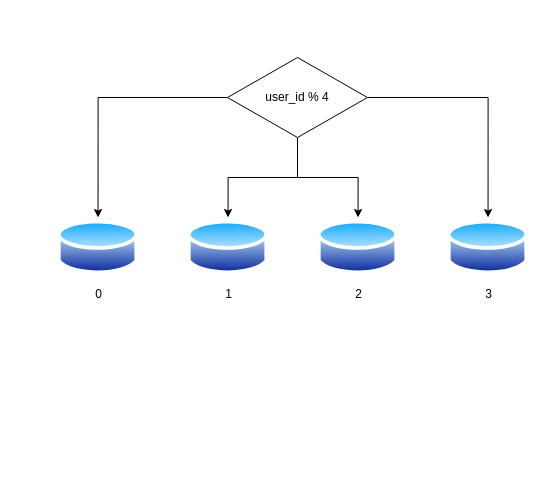
Earlier version of the draw.io diagram 샤드.drawio (aquaheyday/Drawio). Source tidied: cells renumbered, new cells numbered last; positions are measured from the earlier drawing's top-left corner, leaving out a move shared by most shapes. Both pictures are drawn from the tidied source at 100%, with x=0, y=0 at pixel (57, 57).
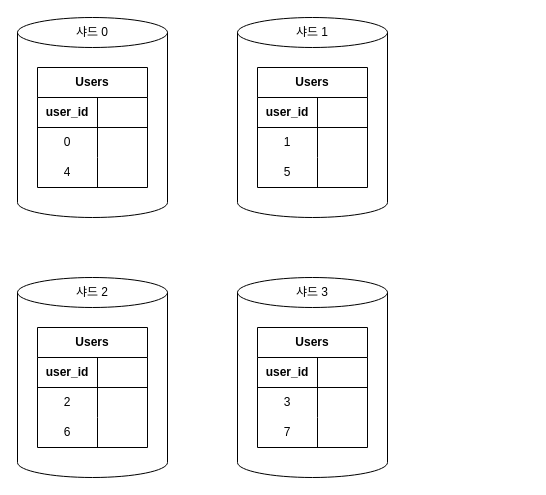
The same page after the edit.

Commit message (it also covers changes not shown here):
샤드.drawio 업데이트

What changed in the source:
```diff
@@
+    <mxCell id="11" style="shape=cylinder3;whiteSpace=wrap;html=1;boundedLbl=1;backgroundOutline=1;size=15;" parent="1" vertex="1">
+      <mxGeometry x="-40" y="-40" width="150" height="200" as="geometry" />
+    </mxCell>
+    <mxCell id="12" value="Users" style="shape=table;startSize=30;childLayout=tableLayout;rowLines=0;fontStyle=1;align=center;html=1;whiteSpace=wrap;" parent="1" vertex="1">
+      <mxGeometry x="-20" y="10" width="110" height="120" as="geometry" />
+    </mxCell>
+    <mxCell id="13" style="shape=tableRow;horizontal=0;startSize=0;swimlaneHead=0;swimlaneBody=0;fillColor=none;top=0;left=0;right=0;bottom=1;html=1;" parent="12" vertex="1">
+      <mxGeometry y="30" width="110" height="30" as="geometry" />
+    </mxCell>
+    <mxCell id="14" value="user_id" style="shape=partialRectangle;fillColor=none;top=0;left=0;bottom=0;right=0;fontStyle=1;overflow=hidden;html=1;whiteSpace=wrap;" parent="13" vertex="1">
+      <mxGeometry width="60" height="30" as="geometry" />
+    </mxCell>
+    <mxCell id="15" style="shape=partialRectangle;fillColor=none;top=0;left=0;bottom=0;right=0;align=left;spacingLeft=6;fontStyle=5;overflow=hidden;html=1;whiteSpace=wrap;" parent="13" vertex="1">
+      <mxGeometry x="60" width="50" height="30" as="geometry" />
+    </mxCell>
+    <mxCell id="16" style="shape=tableRow;horizontal=0;startSize=0;swimlaneHead=0;swimlaneBody=0;fillColor=none;top=0;left=0;right=0;bottom=0;html=1;" parent="12" vertex="1">
+      <mxGeometry y="60" width="110" height="30" as="geometry" />
+    </mxCell>
-    <mxCell id="2" value="0" style="image;perimeter=ellipsePerimeter;html=1;align=center;shadow=0;dashed=0;spacingTop=3;image=img/lib/active_directory/database.svg;" parent="1" vertex="1">
-      <mxGeometry y="160" width="81.1" height="60" as="geometry" />
+    <mxCell id="2" value="0" style="shape=partialRectangle;fillColor=none;top=0;left=0;bottom=0;right=0;overflow=hidden;html=1;whiteSpace=wrap;" parent="16" vertex="1">
+      <mxGeometry width="60" height="30" as="geometry" />
     </mxCell>
+    <mxCell id="17" style="shape=partialRectangle;fillColor=none;top=0;left=0;bottom=0;right=0;align=left;spacingLeft=6;overflow=hidden;html=1;whiteSpace=wrap;" parent="16" vertex="1">
+      <mxGeometry x="60" width="50" height="30" as="geometry" />
+    </mxCell>
+    <mxCell id="18" style="shape=tableRow;horizontal=0;startSize=0;swimlaneHead=0;swimlaneBody=0;fillColor=none;top=0;left=0;right=0;bottom=0;html=1;" parent="12" vertex="1">
+      <mxGeometry y="90" width="110" height="30" as="geometry" />
+    </mxCell>
+    <mxCell id="19" value="4" style="shape=partialRectangle;fillColor=none;top=0;left=0;bottom=0;right=0;overflow=hidden;html=1;whiteSpace=wrap;" parent="18" vertex="1">
+      <mxGeometry width="60" height="30" as="geometry" />
+    </mxCell>
+    <mxCell id="20" style="shape=partialRectangle;fillColor=none;top=0;left=0;bottom=0;right=0;align=left;spacingLeft=6;overflow=hidden;html=1;whiteSpace=wrap;" parent="18" vertex="1">
+      <mxGeometry x="60" width="50" height="30" as="geometry" />
+    </mxCell>
+    <mxCell id="21" value="샤드 0" style="text;html=1;align=center;verticalAlign=middle;whiteSpace=wrap;rounded=0;" parent="1" vertex="1">
+      <mxGeometry x="5" y="-40" width="60" height="30" as="geometry" />
+    </mxCell>
+    <mxCell id="22" style="shape=cylinder3;whiteSpace=wrap;html=1;boundedLbl=1;backgroundOutline=1;size=15;" parent="1" vertex="1">
+      <mxGeometry x="180" y="-40" width="150" height="200" as="geometry" />
+    </mxCell>
+    <mxCell id="23" value="Users" style="shape=table;startSize=30;childLayout=tableLayout;rowLines=0;fontStyle=1;align=center;html=1;whiteSpace=wrap;" parent="1" vertex="1">
+      <mxGeometry x="200" y="10" width="110" height="120" as="geometry" />
+    </mxCell>
+    <mxCell id="24" style="shape=tableRow;horizontal=0;startSize=0;swimlaneHead=0;swimlaneBody=0;fillColor=none;top=0;left=0;right=0;bottom=1;html=1;" parent="23" vertex="1">
+      <mxGeometry y="30" width="110" height="30" as="geometry" />
+    </mxCell>
+    <mxCell id="25" value="user_id" style="shape=partialRectangle;fillColor=none;top=0;left=0;bottom=0;right=0;fontStyle=1;overflow=hidden;html=1;whiteSpace=wrap;" parent="24" vertex="1">
+      <mxGeometry width="60" height="30" as="geometry" />
+    </mxCell>
+    <mxCell id="26" style="shape=partialRectangle;fillColor=none;top=0;left=0;bottom=0;right=0;align=left;spacingLeft=6;fontStyle=5;overflow=hidden;html=1;whiteSpace=wrap;" parent="24" vertex="1">
+      <mxGeometry x="60" width="50" height="30" as="geometry" />
+    </mxCell>
+    <mxCell id="27" style="shape=tableRow;horizontal=0;startSize=0;swimlaneHead=0;swimlaneBody=0;fillColor=none;top=0;left=0;right=0;bottom=0;html=1;" parent="23" vertex="1">
+      <mxGeometry y="60" width="110" height="30" as="geometry" />
+    </mxCell>
-    <mxCell id="3" value="1" style="image;perimeter=ellipsePerimeter;html=1;align=center;shadow=0;dashed=0;spacingTop=3;image=img/lib/active_directory/database.svg;" parent="1" vertex="1">
-      <mxGeometry x="130" y="160" width="81.1" height="60" as="geometry" />
+    <mxCell id="3" value="1" style="shape=partialRectangle;fillColor=none;top=0;left=0;bottom=0;right=0;overflow=hidden;html=1;whiteSpace=wrap;" parent="27" vertex="1">
+      <mxGeometry width="60" height="30" as="geometry" />
     </mxCell>
+    <mxCell id="28" style="shape=partialRectangle;fillColor=none;top=0;left=0;bottom=0;right=0;align=left;spacingLeft=6;overflow=hidden;html=1;whiteSpace=wrap;" parent="27" vertex="1">
+      <mxGeometry x="60" width="50" height="30" as="geometry" />
+    </mxCell>
+    <mxCell id="29" style="shape=tableRow;horizontal=0;startSize=0;swimlaneHead=0;swimlaneBody=0;fillColor=none;top=0;left=0;right=0;bottom=0;html=1;" parent="23" vertex="1">
+      <mxGeometry y="90" width="110" height="30" as="geometry" />
+    </mxCell>
+    <mxCell id="30" value="5" style="shape=partialRectangle;fillColor=none;top=0;left=0;bottom=0;right=0;overflow=hidden;html=1;whiteSpace=wrap;" parent="29" vertex="1">
+      <mxGeometry width="60" height="30" as="geometry" />
+    </mxCell>
+    <mxCell id="31" style="shape=partialRectangle;fillColor=none;top=0;left=0;bottom=0;right=0;align=left;spacingLeft=6;overflow=hidden;html=1;whiteSpace=wrap;" parent="29" vertex="1">
+      <mxGeometry x="60" width="50" height="30" as="geometry" />
+    </mxCell>
+    <mxCell id="32" value="샤드 1" style="text;html=1;align=center;verticalAlign=middle;whiteSpace=wrap;rounded=0;" parent="1" vertex="1">
+      <mxGeometry x="225" y="-40" width="60" height="30" as="geometry" />
+    </mxCell>
+    <mxCell id="33" style="shape=cylinder3;whiteSpace=wrap;html=1;boundedLbl=1;backgroundOutline=1;size=15;" parent="1" vertex="1">
+      <mxGeometry x="-40" y="220" width="150" height="200" as="geometry" />
+    </mxCell>
+    <mxCell id="34" value="Users" style="shape=table;startSize=30;childLayout=tableLayout;rowLines=0;fontStyle=1;align=center;html=1;whiteSpace=wrap;" parent="1" vertex="1">
+      <mxGeometry x="-20" y="270" width="110" height="120" as="geometry" />
+    </mxCell>
+    <mxCell id="35" style="shape=tableRow;horizontal=0;startSize=0;swimlaneHead=0;swimlaneBody=0;fillColor=none;top=0;left=0;right=0;bottom=1;html=1;" parent="34" vertex="1">
+      <mxGeometry y="30" width="110" height="30" as="geometry" />
+    </mxCell>
+    <mxCell id="36" value="user_id" style="shape=partialRectangle;fillColor=none;top=0;left=0;bottom=0;right=0;fontStyle=1;overflow=hidden;html=1;whiteSpace=wrap;" parent="35" vertex="1">
+      <mxGeometry width="60" height="30" as="geometry" />
+    </mxCell>
+    <mxCell id="37" style="shape=partialRectangle;fillColor=none;top=0;left=0;bottom=0;right=0;align=left;spacingLeft=6;fontStyle=5;overflow=hidden;html=1;whiteSpace=wrap;" parent="35" vertex="1">
+      <mxGeometry x="60" width="50" height="30" as="geometry" />
+    </mxCell>
+    <mxCell id="38" style="shape=tableRow;horizontal=0;startSize=0;swimlaneHead=0;swimlaneBody=0;fillColor=none;top=0;left=0;right=0;bottom=0;html=1;" parent="34" vertex="1">
+      <mxGeometry y="60" width="110" height="30" as="geometry" />
+    </mxCell>
-    <mxCell id="4" value="2" style="image;perimeter=ellipsePerimeter;html=1;align=center;shadow=0;dashed=0;spacingTop=3;image=img/lib/active_directory/database.svg;" parent="1" vertex="1">
-      <mxGeometry x="260" y="160" width="81.1" height="60" as="geometry" />
+    <mxCell id="4" value="2" style="shape=partialRectangle;fillColor=none;top=0;left=0;bottom=0;right=0;overflow=hidden;html=1;whiteSpace=wrap;" parent="38" vertex="1">
+      <mxGeometry width="60" height="30" as="geometry" />
     </mxCell>
+    <mxCell id="39" style="shape=partialRectangle;fillColor=none;top=0;left=0;bottom=0;right=0;align=left;spacingLeft=6;overflow=hidden;html=1;whiteSpace=wrap;" parent="38" vertex="1">
+      <mxGeometry x="60" width="50" height="30" as="geometry" />
+    </mxCell>
+    <mxCell id="40" style="shape=tableRow;horizontal=0;startSize=0;swimlaneHead=0;swimlaneBody=0;fillColor=none;top=0;left=0;right=0;bottom=0;html=1;" parent="34" vertex="1">
+      <mxGeometry y="90" width="110" height="30" as="geometry" />
+    </mxCell>
+    <mxCell id="41" value="6" style="shape=partialRectangle;fillColor=none;top=0;left=0;bottom=0;right=0;overflow=hidden;html=1;whiteSpace=wrap;" parent="40" vertex="1">
+      <mxGeometry width="60" height="30" as="geometry" />
+    </mxCell>
+    <mxCell id="42" style="shape=partialRectangle;fillColor=none;top=0;left=0;bottom=0;right=0;align=left;spacingLeft=6;overflow=hidden;html=1;whiteSpace=wrap;" parent="40" vertex="1">
+      <mxGeometry x="60" width="50" height="30" as="geometry" />
+    </mxCell>
+    <mxCell id="43" value="샤드 2" style="text;html=1;align=center;verticalAlign=middle;whiteSpace=wrap;rounded=0;" parent="1" vertex="1">
+      <mxGeometry x="5" y="220" width="60" height="30" as="geometry" />
+    </mxCell>
+    <mxCell id="44" style="shape=cylinder3;whiteSpace=wrap;html=1;boundedLbl=1;backgroundOutline=1;size=15;" parent="1" vertex="1">
+      <mxGeometry x="180" y="220" width="150" height="200" as="geometry" />
+    </mxCell>
+    <mxCell id="45" value="Users" style="shape=table;startSize=30;childLayout=tableLayout;rowLines=0;fontStyle=1;align=center;html=1;whiteSpace=wrap;" parent="1" vertex="1">
+      <mxGeometry x="200" y="270" width="110" height="120" as="geometry" />
+    </mxCell>
+    <mxCell id="46" style="shape=tableRow;horizontal=0;startSize=0;swimlaneHead=0;swimlaneBody=0;fillColor=none;top=0;left=0;right=0;bottom=1;html=1;" parent="45" vertex="1">
+      <mxGeometry y="30" width="110" height="30" as="geometry" />
+    </mxCell>
+    <mxCell id="47" value="user_id" style="shape=partialRectangle;fillColor=none;top=0;left=0;bottom=0;right=0;fontStyle=1;overflow=hidden;html=1;whiteSpace=wrap;" parent="46" vertex="1">
+      <mxGeometry width="60" height="30" as="geometry" />
+    </mxCell>
+    <mxCell id="48" style="shape=partialRectangle;fillColor=none;top=0;left=0;bottom=0;right=0;align=left;spacingLeft=6;fontStyle=5;overflow=hidden;html=1;whiteSpace=wrap;" parent="46" vertex="1">
+      <mxGeometry x="60" width="50" height="30" as="geometry" />
+    </mxCell>
+    <mxCell id="49" style="shape=tableRow;horizontal=0;startSize=0;swimlaneHead=0;swimlaneBody=0;fillColor=none;top=0;left=0;right=0;bottom=0;html=1;" parent="45" vertex="1">
+      <mxGeometry y="60" width="110" height="30" as="geometry" />
+    </mxCell>
-    <mxCell id="5" value="3" style="image;perimeter=ellipsePerimeter;html=1;align=center;shadow=0;dashed=0;spacingTop=3;image=img/lib/active_directory/database.svg;" parent="1" vertex="1">
-      <mxGeometry x="390" y="160" width="81.1" height="60" as="geometry" />
+    <mxCell id="5" value="3" style="shape=partialRectangle;fillColor=none;top=0;left=0;bottom=0;right=0;overflow=hidden;html=1;whiteSpace=wrap;" parent="49" vertex="1">
+      <mxGeometry width="60" height="30" as="geometry" />
     </mxCell>
-    <mxCell id="6" style="edgeStyle=orthogonalEdgeStyle;rounded=0;jettySize=auto;html=1;entryX=0.5;entryY=0;entryDx=0;entryDy=0;" parent="1" edge="1" source="9" target="5">
-      <mxGeometry relative="1" as="geometry" />
-    </mxCell>
-    <mxCell id="7" style="edgeStyle=orthogonalEdgeStyle;rounded=0;jettySize=auto;html=1;entryX=0.5;entryY=0;entryDx=0;entryDy=0;" parent="1" edge="1" source="9" target="2">
-      <mxGeometry relative="1" as="geometry" />
-    </mxCell>
-    <mxCell id="8" style="edgeStyle=orthogonalEdgeStyle;rounded=0;jettySize=auto;html=1;entryX=0.5;entryY=0;entryDx=0;entryDy=0;" parent="1" edge="1" source="9" target="3">
-      <mxGeometry relative="1" as="geometry" />
-    </mxCell>
-    <mxCell id="9" value="user_id % 4" style="rhombus;whiteSpace=wrap;html=1;" parent="1" vertex="1">
-      <mxGeometry x="170" width="140" height="80" as="geometry" />
-    </mxCell>
-    <mxCell id="10" style="edgeStyle=orthogonalEdgeStyle;rounded=0;jettySize=auto;html=1;entryX=0.5;entryY=0;entryDx=0;entryDy=0;exitX=0.5;exitY=1;exitDx=0;exitDy=0;" parent="1" edge="1" source="9" target="4">
-      <mxGeometry relative="1" as="geometry" />
-    </mxCell>
+    <mxCell id="50" style="shape=partialRectangle;fillColor=none;top=0;left=0;bottom=0;right=0;align=left;spacingLeft=6;overflow=hidden;html=1;whiteSpace=wrap;" parent="49" vertex="1">
+      <mxGeometry x="60" width="50" height="30" as="geometry" />
+    </mxCell>
+    <mxCell id="51" style="shape=tableRow;horizontal=0;startSize=0;swimlaneHead=0;swimlaneBody=0;fillColor=none;top=0;left=0;right=0;bottom=0;html=1;" parent="45" vertex="1">
+      <mxGeometry y="90" width="110" height="30" as="geometry" />
+    </mxCell>
+    <mxCell id="52" value="7" style="shape=partialRectangle;fillColor=none;top=0;left=0;bottom=0;right=0;overflow=hidden;html=1;whiteSpace=wrap;" parent="51" vertex="1">
+      <mxGeometry width="60" height="30" as="geometry" />
+    </mxCell>
+    <mxCell id="53" style="shape=partialRectangle;fillColor=none;top=0;left=0;bottom=0;right=0;align=left;spacingLeft=6;overflow=hidden;html=1;whiteSpace=wrap;" parent="51" vertex="1">
+      <mxGeometry x="60" width="50" height="30" as="geometry" />
+    </mxCell>
+    <mxCell id="54" value="샤드 3" style="text;html=1;align=center;verticalAlign=middle;whiteSpace=wrap;rounded=0;" parent="1" vertex="1">
+      <mxGeometry x="225" y="220" width="60" height="30" as="geometry" />
+    </mxCell>
```
